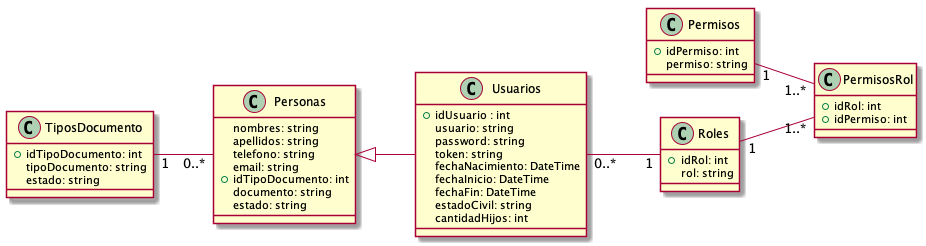
ZMGestion/DocumentacionZMGestion keeps this PlantUML diagram as Informe Final/Imagenes/DiagramaClases/Vistas/vistaSistema.png. Above is the earlier version. Source of this version:
```plantuml
@startuml vistaSistema
class Personas{
   nombres: string
   apellidos: string
   telefono: string
   email: string
   +idTipoDocumento: int
   documento: string
   estado: string
}
class Usuarios {
   +idUsuario : int
   usuario: string
   password: string
   token: string
   fechaNacimiento: DateTime
   fechaInicio: DateTime
   fechaFin: DateTime
   estadoCivil: string
   cantidadHijos: int
}
class TiposDocumento{
   +idTipoDocumento: int
   tipoDocumento: string
   estado: string
}
class Permisos{
    +idPermiso: int
    permiso: string
}
class Roles{
    +idRol: int
    rol: string
}
class PermisosRol{
    +idRol: int
    +idPermiso: int
}

left to right direction
Personas <|-- Usuarios
TiposDocumento "1"--"0..*" Personas
Roles "1"  -- "1..*" PermisosRol
Permisos "1"  -- "1..*" PermisosRol
Usuarios "0..*" -- "1" Roles

@enduml
```
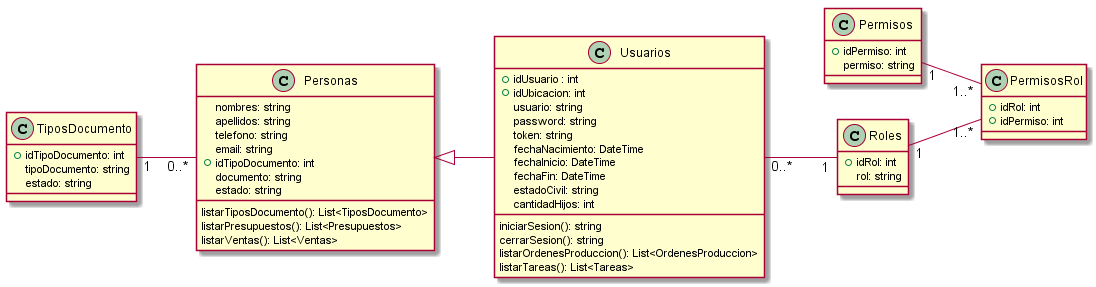
After the change.

Diff of the diagram source:
```diff
@@ -7,9 +7,14 @@
    +idTipoDocumento: int
    documento: string
    estado: string
+
+   listarTiposDocumento(): List<TiposDocumento>
+   listarPresupuestos(): List<Presupuestos>
+   listarVentas(): List<Ventas>
 }
 class Usuarios {
    +idUsuario : int
+   +idUbicacion: int
    usuario: string
    password: string
    token: string
@@ -18,6 +23,11 @@
    fechaFin: DateTime
    estadoCivil: string
    cantidadHijos: int
+
+   iniciarSesion(): string
+   cerrarSesion(): string
+   listarOrdenesProduccion(): List<OrdenesProduccion>
+   listarTareas(): List<Tareas>
 }
 class TiposDocumento{
    +idTipoDocumento: int
```
